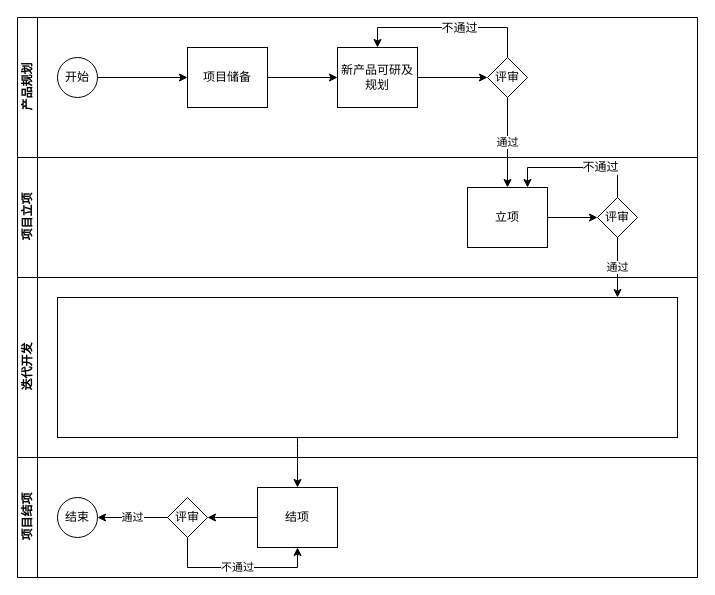
The draw.io diagram 研发流程图.drawio in sachwei/drawio, before the edit. Source tidied: cells renumbered, new cells numbered last; positions are measured from the earlier drawing's top-left corner, leaving out a move shared by most shapes. Both pictures are drawn from the tidied source at 100%, with x=0, y=0 at pixel (17, 17).
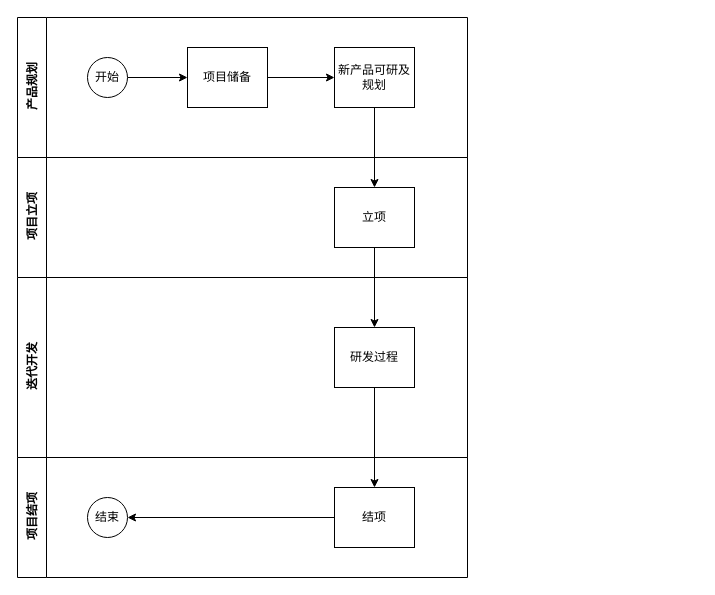
The same page after the edit.

Commit message:
企业家园研发流程图.drawio

The edit, as a diff of the source:
```diff
@@
-    <mxCell id="2" value="产品规划" style="swimlane;html=1;startSize=20;horizontal=0;" parent="1" vertex="1">
-      <mxGeometry width="680" height="140" as="geometry" />
+    <mxCell id="2" value="产品规划" style="swimlane;html=1;startSize=29;horizontal=0;" parent="1" vertex="1">
+      <mxGeometry width="450" height="140" as="geometry" />
     </mxCell>
@@
     <mxCell id="4" value="开始" style="ellipse;whiteSpace=wrap;html=1;" parent="2" vertex="1">
-      <mxGeometry x="40" y="40" width="40" height="40" as="geometry" />
+      <mxGeometry x="70" y="40" width="40" height="40" as="geometry" />
     </mxCell>
@@
-    <mxCell id="7" style="edgeStyle=orthogonalEdgeStyle;rounded=0;jettySize=auto;html=1;" parent="2" edge="1" source="8" target="11">
-      <mxGeometry relative="1" as="geometry" />
-    </mxCell>
     <mxCell id="8" value="新产品可研及规划" style="rounded=0;whiteSpace=wrap;html=1;fontFamily=Helvetica;fontSize=12;fontColor=#000000;align=center;" parent="2" vertex="1">
-      <mxGeometry x="320" y="30" width="80" height="60" as="geometry" />
+      <mxGeometry x="317" y="30" width="80" height="60" as="geometry" />
     </mxCell>
-    <mxCell id="9" style="edgeStyle=orthogonalEdgeStyle;rounded=0;jettySize=auto;html=1;entryX=0.5;entryY=0;entryDx=0;entryDy=0;" parent="2" edge="1" source="11" target="8">
-      <mxGeometry relative="1" as="geometry">
-        <Array as="points">
-          <mxPoint x="490" y="10" />
-          <mxPoint x="360" y="10" />
-        </Array>
-      </mxGeometry>
-    </mxCell>
-    <mxCell id="10" value="不通过" style="text;html=1;align=center;verticalAlign=middle;labelBackgroundColor=#ffffff;" parent="9" vertex="1">
-      <mxGeometry x="-0.12" y="1" relative="1" as="geometry">
-        <mxPoint y="-1" as="offset" />
-      </mxGeometry>
-    </mxCell>
-    <mxCell id="11" value="评审" style="rhombus;whiteSpace=wrap;html=1;fontFamily=Helvetica;fontSize=12;fontColor=#000000;align=center;" parent="2" vertex="1">
-      <mxGeometry x="470" y="40" width="40" height="40" as="geometry" />
-    </mxCell>
-    <mxCell id="12" value="项目立项" style="swimlane;html=1;startSize=20;horizontal=0;" parent="1" vertex="1">
-      <mxGeometry y="140" width="680" height="120" as="geometry" />
+    <mxCell id="12" value="项目立项" style="swimlane;html=1;startSize=29;horizontal=0;" parent="1" vertex="1">
+      <mxGeometry y="140" width="450" height="120" as="geometry" />
     </mxCell>
-    <mxCell id="13" style="edgeStyle=orthogonalEdgeStyle;rounded=0;jettySize=auto;html=1;" parent="12" edge="1" source="14" target="15">
-      <mxGeometry relative="1" as="geometry" />
-    </mxCell>
     <mxCell id="14" value="立项" style="rounded=0;whiteSpace=wrap;html=1;fontFamily=Helvetica;fontSize=12;fontColor=#000000;align=center;" parent="12" vertex="1">
-      <mxGeometry x="450" y="30" width="80" height="60" as="geometry" />
+      <mxGeometry x="317" y="30" width="80" height="60" as="geometry" />
     </mxCell>
-    <mxCell id="15" value="评审" style="rhombus;whiteSpace=wrap;html=1;fontFamily=Helvetica;fontSize=12;fontColor=#000000;align=center;" parent="12" vertex="1">
-      <mxGeometry x="580" y="40" width="40" height="40" as="geometry" />
-    </mxCell>
-    <mxCell id="16" style="edgeStyle=orthogonalEdgeStyle;rounded=0;jettySize=auto;html=1;entryX=0.75;entryY=0;entryDx=0;entryDy=0;" parent="12" edge="1" source="15" target="14">
-      <mxGeometry relative="1" as="geometry">
-        <Array as="points">
-          <mxPoint x="600" y="10" />
-          <mxPoint x="510" y="10" />
-        </Array>
-      </mxGeometry>
-    </mxCell>
-    <mxCell id="17" value="不通过" style="text;html=1;align=center;verticalAlign=middle;labelBackgroundColor=#ffffff;" parent="16" vertex="1">
-      <mxGeometry x="-0.57" y="18" relative="1" as="geometry">
-        <mxPoint x="-18" y="-19" as="offset" />
-      </mxGeometry>
-    </mxCell>
-    <mxCell id="18" value="迭代开发" style="swimlane;html=1;startSize=20;horizontal=0;" parent="1" vertex="1">
-      <mxGeometry y="260" width="680" height="180" as="geometry" />
+    <mxCell id="18" value="迭代开发" style="swimlane;html=1;startSize=29;horizontal=0;" parent="1" vertex="1">
+      <mxGeometry y="260" width="450" height="180" as="geometry" />
     </mxCell>
-    <mxCell id="19" style="rounded=0;whiteSpace=wrap;html=1;" parent="18" vertex="1">
-      <mxGeometry x="40" y="20" width="620" height="140" as="geometry" />
-    </mxCell>
+    <mxCell id="30" value="研发过程" style="rounded=0;whiteSpace=wrap;html=1;" parent="18" vertex="1">
+      <mxGeometry x="317" y="50" width="80" height="60" as="geometry" />
+    </mxCell>
-    <mxCell id="20" value="项目结项" style="swimlane;html=1;startSize=20;horizontal=0;" parent="1" vertex="1">
-      <mxGeometry y="440" width="680" height="120" as="geometry" />
+    <mxCell id="20" value="项目结项" style="swimlane;html=1;startSize=29;horizontal=0;" parent="1" vertex="1">
+      <mxGeometry y="440" width="450" height="120" as="geometry" />
     </mxCell>
-    <mxCell id="21" style="edgeStyle=orthogonalEdgeStyle;rounded=0;jettySize=auto;html=1;endArrow=classic;endFill=1;" parent="20" edge="1" source="22" target="25">
-      <mxGeometry relative="1" as="geometry" />
-    </mxCell>
+    <mxCell id="31" style="edgeStyle=orthogonalEdgeStyle;rounded=0;jettySize=auto;html=1;entryX=1;entryY=0.5;entryDx=0;entryDy=0;" parent="20" edge="1" source="22" target="26">
+      <mxGeometry relative="1" as="geometry" />
+    </mxCell>
     <mxCell id="22" value="结项" style="rounded=0;whiteSpace=wrap;html=1;fontFamily=Helvetica;fontSize=12;fontColor=#000000;align=center;" parent="20" vertex="1">
-      <mxGeometry x="240" y="30" width="80" height="60" as="geometry" />
+      <mxGeometry x="317" y="30" width="80" height="60" as="geometry" />
     </mxCell>
-    <mxCell id="23" value="通过" style="edgeStyle=orthogonalEdgeStyle;rounded=0;jettySize=auto;html=1;" parent="20" edge="1" source="25" target="26">
-      <mxGeometry relative="1" as="geometry" />
-    </mxCell>
-    <mxCell id="24" value="不通过" style="edgeStyle=orthogonalEdgeStyle;rounded=0;jettySize=auto;html=1;entryX=0.5;entryY=1;entryDx=0;entryDy=0;" parent="20" edge="1" source="25" target="22">
-      <mxGeometry relative="1" as="geometry">
-        <Array as="points">
-          <mxPoint x="170" y="110" />
-          <mxPoint x="280" y="110" />
-        </Array>
-      </mxGeometry>
-    </mxCell>
-    <mxCell id="25" value="评审" style="rhombus;whiteSpace=wrap;html=1;fontFamily=Helvetica;fontSize=12;fontColor=#000000;align=center;" parent="20" vertex="1">
-      <mxGeometry x="150" y="40" width="40" height="40" as="geometry" />
-    </mxCell>
     <mxCell id="26" value="结束" style="ellipse;whiteSpace=wrap;html=1;" parent="20" vertex="1">
-      <mxGeometry x="40" y="40" width="40" height="40" as="geometry" />
+      <mxGeometry x="70" y="40" width="40" height="40" as="geometry" />
     </mxCell>
-    <mxCell id="27" value="通过" style="edgeStyle=orthogonalEdgeStyle;rounded=0;jettySize=auto;html=1;" parent="1" edge="1" source="11" target="14">
+    <mxCell id="27" style="edgeStyle=orthogonalEdgeStyle;rounded=0;jettySize=auto;html=1;exitX=0.5;exitY=1;exitDx=0;exitDy=0;" parent="1" edge="1" source="8" target="14">
       <mxGeometry relative="1" as="geometry" />
     </mxCell>
-    <mxCell id="28" value="通过" style="edgeStyle=orthogonalEdgeStyle;rounded=0;jettySize=auto;html=1;" parent="1" edge="1" source="15" target="19">
-      <mxGeometry relative="1" as="geometry">
-        <Array as="points">
-          <mxPoint x="600" y="280" />
-          <mxPoint x="600" y="280" />
-        </Array>
-      </mxGeometry>
-    </mxCell>
-    <mxCell id="29" style="edgeStyle=orthogonalEdgeStyle;rounded=0;jettySize=auto;html=1;" parent="1" edge="1" source="19" target="22">
-      <mxGeometry relative="1" as="geometry">
-        <Array as="points">
-          <mxPoint x="280" y="430" />
-          <mxPoint x="280" y="430" />
-        </Array>
-      </mxGeometry>
-    </mxCell>
+    <mxCell id="32" style="edgeStyle=orthogonalEdgeStyle;rounded=0;jettySize=auto;html=1;" parent="1" edge="1" source="14" target="30">
+      <mxGeometry relative="1" as="geometry" />
+    </mxCell>
+    <mxCell id="33" style="edgeStyle=orthogonalEdgeStyle;rounded=0;jettySize=auto;html=1;entryX=0.5;entryY=0;entryDx=0;entryDy=0;" parent="1" edge="1" source="30" target="22">
+      <mxGeometry relative="1" as="geometry" />
+    </mxCell>
```
